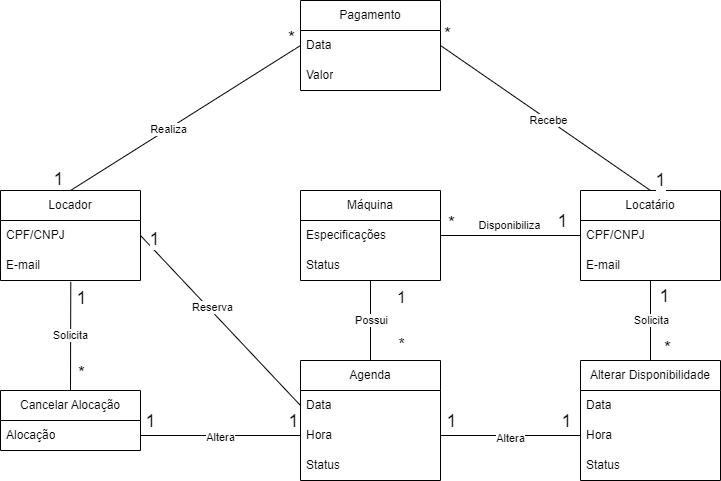
RafaelGMMachado/projetoEngenhariaSoftware keeps this draw.io diagram as image/Diagrama de Dominio/DiagramaDominio.png. Above is the earlier version. Source tidied: cells renumbered, new cells last; positions are measured from the earlier drawing's top-left corner, leaving out a move shared by most shapes.
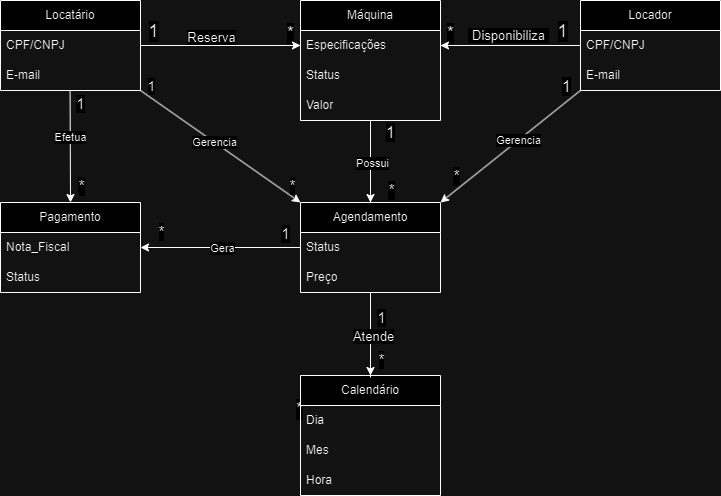
Later version of the same file.

The edit, as a diff of the source:
```diff
@@ -4,3 +4,3 @@
     <mxCell id="1" parent="0" />
-    <mxCell id="2" value="Locador" style="swimlane;fontStyle=0;horizontal=1;startSize=30;whiteSpace=wrap;html=1;" parent="1" vertex="1">
+    <mxCell id="2" value="Locatário" style="swimlane;fontStyle=0;horizontal=1;startSize=30;whiteSpace=wrap;html=1;" parent="1" vertex="1">
       <mxGeometry y="190" width="140" height="90" as="geometry" />
@@ -13,3 +13,3 @@
     </mxCell>
-    <mxCell id="5" value="Locatário" style="swimlane;fontStyle=0;horizontal=1;startSize=30;whiteSpace=wrap;html=1;" parent="1" vertex="1">
+    <mxCell id="5" value="Locador" style="swimlane;fontStyle=0;horizontal=1;startSize=30;whiteSpace=wrap;html=1;" parent="1" vertex="1">
       <mxGeometry x="580" y="190" width="140" height="90" as="geometry" />
@@ -22,50 +22,11 @@
     </mxCell>
-    <mxCell id="8" value="Alterar Disponibilidade" style="swimlane;fontStyle=0;horizontal=1;startSize=30;whiteSpace=wrap;html=1;" parent="1" vertex="1">
-      <mxGeometry x="580" y="360" width="140" height="120" as="geometry" />
-    </mxCell>
-    <mxCell id="9" value="Data" style="text;strokeColor=none;fillColor=none;align=left;verticalAlign=middle;spacingLeft=4;spacingRight=4;overflow=hidden;whiteSpace=wrap;html=1;" parent="8" vertex="1">
-      <mxGeometry y="30" width="140" height="30" as="geometry" />
-    </mxCell>
-    <mxCell id="10" value="Hora" style="text;strokeColor=none;fillColor=none;align=left;verticalAlign=middle;spacingLeft=4;spacingRight=4;overflow=hidden;points=[[0,0.5],[1,0.5]];portConstraint=eastwest;whiteSpace=wrap;html=1;" parent="8" vertex="1">
-      <mxGeometry y="60" width="140" height="30" as="geometry" />
-    </mxCell>
-    <mxCell id="11" value="Status" style="text;strokeColor=none;fillColor=none;align=left;verticalAlign=middle;spacingLeft=4;spacingRight=4;overflow=hidden;whiteSpace=wrap;html=1;" parent="8" vertex="1">
-      <mxGeometry y="90" width="140" height="30" as="geometry" />
-    </mxCell>
-    <mxCell id="12" value="Cancelar Alocação" style="swimlane;fontStyle=0;horizontal=1;startSize=30;whiteSpace=wrap;html=1;" parent="1" vertex="1">
-      <mxGeometry y="390" width="140" height="60" as="geometry" />
-    </mxCell>
-    <mxCell id="13" value="Alocação" style="text;strokeColor=none;fillColor=none;align=left;verticalAlign=middle;spacingLeft=4;spacingRight=4;overflow=hidden;points=[[0,0.5],[1,0.5]];portConstraint=eastwest;whiteSpace=wrap;html=1;" parent="12" vertex="1">
-      <mxGeometry y="30" width="140" height="30" as="geometry" />
-    </mxCell>
-    <mxCell id="14" style="endArrow=none;html=1;rounded=0;exitX=0.5;exitY=0;exitDx=0;exitDy=0;entryX=0.502;entryY=1.044;entryDx=0;entryDy=0;entryPerimeter=0;" parent="1" edge="1" source="12" target="4">
-      <mxGeometry relative="1" as="geometry" />
-    </mxCell>
-    <mxCell id="15" value="Solicita" style="edgeLabel;html=1;align=center;verticalAlign=middle;" parent="14" vertex="1">
-      <mxGeometry x="0.01" y="1" relative="1" as="geometry" />
-    </mxCell>
-    <mxCell id="16" value="1" style="edgeLabel;html=1;align=center;verticalAlign=middle;fontSize=18;" parent="14" vertex="1">
-      <mxGeometry x="0.73" y="-2" relative="1" as="geometry">
-        <mxPoint x="8" y="1" as="offset" />
-      </mxGeometry>
-    </mxCell>
-    <mxCell id="17" value="*" style="edgeLabel;html=1;align=center;verticalAlign=middle;fontSize=18;" parent="14" vertex="1">
-      <mxGeometry x="-0.66" relative="1" as="geometry">
-        <mxPoint x="10" y="1" as="offset" />
-      </mxGeometry>
-    </mxCell>
-    <mxCell id="18" style="endArrow=none;html=1;rounded=0;exitX=1;exitY=0.5;exitDx=0;exitDy=0;entryX=0;entryY=0.5;entryDx=0;entryDy=0;" parent="1" edge="1" source="3" target="53">
+    <mxCell id="18" style="endArrow=none;html=1;rounded=0;exitX=1;exitY=0.5;exitDx=0;exitDy=0;entryX=0;entryY=0.5;entryDx=0;entryDy=0;" parent="1" edge="1" source="3" target="42">
       <mxGeometry relative="1" as="geometry" />
     </mxCell>
-    <mxCell id="19" value="*" style="edgeLabel;html=1;align=center;verticalAlign=middle;fontSize=18;" parent="18" vertex="1">
-      <mxGeometry y="1" relative="1" as="geometry">
-        <mxPoint x="82" y="49" as="offset" />
-      </mxGeometry>
-    </mxCell>
     <mxCell id="20" value="1" style="edgeLabel;html=1;align=center;verticalAlign=middle;fontSize=18;" parent="18" vertex="1">
       <mxGeometry x="-0.54" y="1" relative="1" as="geometry">
-        <mxPoint x="-24" y="-34" as="offset" />
+        <mxPoint x="-24" y="-14" as="offset" />
       </mxGeometry>
     </mxCell>
-    <mxCell id="21" value="Reserva" style="edgeLabel;html=1;align=center;verticalAlign=middle;" parent="18" vertex="1">
+    <mxCell id="21" value="Reserva" style="edgeLabel;html=1;align=center;verticalAlign=middle;fontSize=13;" parent="18" vertex="1">
       <mxGeometry x="-0.05" relative="1" as="geometry">
@@ -74,2 +35,7 @@
     </mxCell>
+    <mxCell id="60" value="*" style="edgeLabel;html=1;align=center;verticalAlign=middle;fontSize=18;" parent="18" vertex="1">
+      <mxGeometry x="0.82" relative="1" as="geometry">
+        <mxPoint x="4" y="-13" as="offset" />
+      </mxGeometry>
+    </mxCell>
     <mxCell id="22" style="endArrow=none;html=1;rounded=0;exitX=1;exitY=0.5;exitDx=0;exitDy=0;entryX=0;entryY=0.5;entryDx=0;entryDy=0;" parent="1" edge="1" source="42" target="6">
@@ -77,3 +43,3 @@
     </mxCell>
-    <mxCell id="23" value="&amp;nbsp;Disponibiliza&amp;nbsp;" style="edgeLabel;html=1;align=center;verticalAlign=middle;" parent="22" vertex="1">
+    <mxCell id="23" value="&amp;nbsp;Disponibiliza&amp;nbsp;" style="edgeLabel;html=1;align=center;verticalAlign=middle;fontSize=13;" parent="22" vertex="1">
       <mxGeometry x="0.03" y="-1" relative="1" as="geometry">
@@ -92,63 +58,16 @@
     </mxCell>
-    <mxCell id="26" style="endArrow=none;html=1;rounded=0;exitX=0.5;exitY=0;exitDx=0;exitDy=0;" parent="1" edge="1" source="8">
-      <mxGeometry relative="1" as="geometry">
-        <mxPoint x="650" y="280" as="targetPoint" />
-      </mxGeometry>
-    </mxCell>
-    <mxCell id="27" value="Solicita" style="edgeLabel;html=1;align=center;verticalAlign=middle;" parent="26" vertex="1">
-      <mxGeometry x="0.02" relative="1" as="geometry" />
-    </mxCell>
     <mxCell id="28" value="Pagamento" style="swimlane;fontStyle=0;horizontal=1;startSize=30;whiteSpace=wrap;html=1;" parent="1" vertex="1">
-      <mxGeometry x="300" width="140" height="90" as="geometry" />
+      <mxGeometry y="392" width="140" height="90" as="geometry" />
     </mxCell>
-    <mxCell id="29" value="Data" style="text;strokeColor=none;fillColor=none;align=left;verticalAlign=middle;spacingLeft=4;spacingRight=4;overflow=hidden;points=[[0,0.5],[1,0.5]];portConstraint=eastwest;whiteSpace=wrap;html=1;" parent="28" vertex="1">
+    <mxCell id="29" value="Nota_Fiscal" style="text;strokeColor=none;fillColor=none;align=left;verticalAlign=middle;spacingLeft=4;spacingRight=4;overflow=hidden;points=[[0,0.5],[1,0.5]];portConstraint=eastwest;whiteSpace=wrap;html=1;" parent="28" vertex="1">
       <mxGeometry y="30" width="140" height="30" as="geometry" />
     </mxCell>
-    <mxCell id="30" value="Valor" style="text;strokeColor=none;fillColor=none;align=left;verticalAlign=middle;spacingLeft=4;spacingRight=4;overflow=hidden;whiteSpace=wrap;html=1;" parent="28" vertex="1">
+    <mxCell id="30" value="Status" style="text;strokeColor=none;fillColor=none;align=left;verticalAlign=middle;spacingLeft=4;spacingRight=4;overflow=hidden;whiteSpace=wrap;html=1;" parent="28" vertex="1">
       <mxGeometry y="60" width="140" height="30" as="geometry" />
     </mxCell>
-    <mxCell id="31" style="endArrow=none;html=1;rounded=0;exitX=0.5;exitY=0;exitDx=0;exitDy=0;entryX=0;entryY=0.5;entryDx=0;entryDy=0;" parent="1" edge="1" source="2" target="29">
-      <mxGeometry relative="1" as="geometry" />
-    </mxCell>
-    <mxCell id="32" value="Realiza" style="edgeLabel;html=1;align=center;verticalAlign=middle;" parent="31" vertex="1">
-      <mxGeometry x="-0.15" relative="1" as="geometry" />
-    </mxCell>
-    <mxCell id="33" value="*" style="edgeLabel;html=1;align=center;verticalAlign=middle;fontSize=18;" parent="31" vertex="1">
-      <mxGeometry x="0.87" y="-1" relative="1" as="geometry">
-        <mxPoint x="5" y="-18" as="offset" />
-      </mxGeometry>
-    </mxCell>
-    <mxCell id="34" value="1" style="edgeLabel;html=1;align=center;verticalAlign=middle;fontSize=18;" parent="31" vertex="1">
-      <mxGeometry x="-0.78" relative="1" as="geometry">
-        <mxPoint x="-37" y="4" as="offset" />
-      </mxGeometry>
-    </mxCell>
-    <mxCell id="35" style="endArrow=none;html=1;rounded=0;entryX=1;entryY=0.5;entryDx=0;entryDy=0;exitX=0.5;exitY=0;exitDx=0;exitDy=0;" parent="1" edge="1" source="5" target="29">
-      <mxGeometry relative="1" as="geometry" />
-    </mxCell>
-    <mxCell id="36" value="Recebe" style="edgeLabel;html=1;align=center;verticalAlign=middle;" parent="35" vertex="1">
-      <mxGeometry x="-0.03" y="1" relative="1" as="geometry">
-        <mxPoint y="-1" as="offset" />
-      </mxGeometry>
-    </mxCell>
-    <mxCell id="37" value="*" style="edgeLabel;html=1;align=center;verticalAlign=middle;fontSize=18;" parent="35" vertex="1">
-      <mxGeometry x="0.83" y="-2" relative="1" as="geometry">
-        <mxPoint x="-13" y="-22" as="offset" />
-      </mxGeometry>
-    </mxCell>
-    <mxCell id="38" value="1" style="edgeLabel;html=1;align=center;verticalAlign=middle;fontSize=18;" parent="35" vertex="1">
-      <mxGeometry x="-0.64" y="-3" relative="1" as="geometry">
-        <mxPoint x="46" y="18" as="offset" />
-      </mxGeometry>
-    </mxCell>
-    <mxCell id="39" value="1" style="edgeLabel;html=1;align=center;verticalAlign=middle;fontSize=18;" parent="1" vertex="1">
-      <mxGeometry x="420" y="318" as="geometry">
-        <mxPoint x="244" y="-22" as="offset" />
-      </mxGeometry>
-    </mxCell>
-    <mxCell id="40" value="*" style="edgeLabel;html=1;align=center;verticalAlign=middle;fontSize=18;" parent="1" vertex="1">
-      <mxGeometry x="667" y="348" as="geometry" />
-    </mxCell>
+    <mxCell id="61" style="edgeStyle=orthogonalEdgeStyle;rounded=0;jettySize=auto;html=1;exitX=0.5;exitY=1;exitDx=0;exitDy=0;entryX=0.5;entryY=0;entryDx=0;entryDy=0;" parent="1" edge="1" source="41" target="52">
+      <mxGeometry relative="1" as="geometry" />
+    </mxCell>
     <mxCell id="41" value="Máquina" style="swimlane;fontStyle=0;horizontal=1;startSize=30;whiteSpace=wrap;html=1;" parent="1" vertex="1">
-      <mxGeometry x="300" y="190" width="140" height="90" as="geometry" />
+      <mxGeometry x="300" y="190" width="140" height="120" as="geometry" />
     </mxCell>
@@ -160,59 +79,22 @@
     </mxCell>
-    <mxCell id="44" style="endArrow=none;html=1;rounded=0;exitX=1;exitY=0.5;exitDx=0;exitDy=0;entryX=0;entryY=0.5;entryDx=0;entryDy=0;" parent="1" edge="1" source="13" target="54">
-      <mxGeometry relative="1" as="geometry" />
-    </mxCell>
-    <mxCell id="45" value="Altera" style="edgeLabel;html=1;align=center;verticalAlign=middle;" parent="44" vertex="1">
-      <mxGeometry x="0.06" y="-1" relative="1" as="geometry">
-        <mxPoint x="-6" as="offset" />
-      </mxGeometry>
-    </mxCell>
-    <mxCell id="46" value="1" style="edgeLabel;html=1;align=center;verticalAlign=middle;fontSize=18;" parent="44" vertex="1">
-      <mxGeometry x="0.83" y="1" relative="1" as="geometry">
-        <mxPoint x="5" y="-14" as="offset" />
-      </mxGeometry>
-    </mxCell>
-    <mxCell id="47" value="1" style="edgeLabel;html=1;align=center;verticalAlign=middle;fontSize=18;" parent="44" vertex="1">
-      <mxGeometry x="-0.81" relative="1" as="geometry">
-        <mxPoint x="-6" y="-15" as="offset" />
-      </mxGeometry>
-    </mxCell>
-    <mxCell id="48" style="endArrow=none;html=1;rounded=0;exitX=0;exitY=0.5;exitDx=0;exitDy=0;entryX=1;entryY=0.5;entryDx=0;entryDy=0;" parent="1" edge="1" source="10" target="54">
-      <mxGeometry relative="1" as="geometry" />
-    </mxCell>
-    <mxCell id="49" value="Altera" style="edgeLabel;html=1;align=center;verticalAlign=middle;" parent="48" vertex="1">
-      <mxGeometry x="0.01" y="2" relative="1" as="geometry" />
-    </mxCell>
-    <mxCell id="50" value="1" style="edgeLabel;html=1;align=center;verticalAlign=middle;fontSize=18;" parent="48" vertex="1">
-      <mxGeometry x="0.86" y="-1" relative="1" as="geometry">
-        <mxPoint y="-14" as="offset" />
-      </mxGeometry>
-    </mxCell>
-    <mxCell id="51" value="1" style="edgeLabel;html=1;align=center;verticalAlign=middle;fontSize=18;" parent="48" vertex="1">
-      <mxGeometry x="-0.7" y="-2" relative="1" as="geometry">
-        <mxPoint x="6" y="-13" as="offset" />
-      </mxGeometry>
-    </mxCell>
+    <mxCell id="62" value="Valor" style="text;strokeColor=none;fillColor=none;align=left;verticalAlign=middle;spacingLeft=4;spacingRight=4;overflow=hidden;whiteSpace=wrap;html=1;" parent="41" vertex="1">
+      <mxGeometry y="90" width="140" height="30" as="geometry" />
+    </mxCell>
-    <mxCell id="52" value="Agenda" style="swimlane;fontStyle=0;horizontal=1;startSize=30;whiteSpace=wrap;html=1;" parent="1" vertex="1">
-      <mxGeometry x="300" y="360" width="140" height="120" as="geometry" />
+    <mxCell id="52" value="Agendamento" style="swimlane;fontStyle=0;horizontal=1;startSize=30;whiteSpace=wrap;html=1;" parent="1" vertex="1">
+      <mxGeometry x="300" y="392" width="140" height="90" as="geometry" />
     </mxCell>
-    <mxCell id="53" value="Data" style="text;strokeColor=none;fillColor=none;align=left;verticalAlign=middle;spacingLeft=4;spacingRight=4;overflow=hidden;points=[[0,0.5],[1,0.5]];portConstraint=eastwest;whiteSpace=wrap;html=1;" parent="52" vertex="1">
+    <mxCell id="53" value="Status" style="text;strokeColor=none;fillColor=none;align=left;verticalAlign=middle;spacingLeft=4;spacingRight=4;overflow=hidden;points=[[0,0.5],[1,0.5]];portConstraint=eastwest;whiteSpace=wrap;html=1;" parent="52" vertex="1">
       <mxGeometry y="30" width="140" height="30" as="geometry" />
     </mxCell>
-    <mxCell id="54" value="Hora" style="text;strokeColor=none;fillColor=none;align=left;verticalAlign=middle;spacingLeft=4;spacingRight=4;overflow=hidden;points=[[0,0.5],[1,0.5]];portConstraint=eastwest;whiteSpace=wrap;html=1;" parent="52" vertex="1">
-      <mxGeometry y="60" width="140" height="30" as="geometry" />
-    </mxCell>
-    <mxCell id="55" value="Status" style="text;strokeColor=none;fillColor=none;align=left;verticalAlign=middle;spacingLeft=4;spacingRight=4;overflow=hidden;whiteSpace=wrap;html=1;" parent="52" vertex="1">
-      <mxGeometry y="90" width="140" height="30" as="geometry" />
-    </mxCell>
+    <mxCell id="63" value="Preço" style="text;strokeColor=none;fillColor=none;align=left;verticalAlign=middle;spacingLeft=4;spacingRight=4;overflow=hidden;whiteSpace=wrap;html=1;" parent="52" vertex="1">
+      <mxGeometry y="60" width="140" height="30" as="geometry" />
+    </mxCell>
     <mxCell id="56" style="endArrow=none;html=1;rounded=0;exitX=0.5;exitY=0;exitDx=0;exitDy=0;" parent="1" edge="1" source="52">
       <mxGeometry relative="1" as="geometry">
-        <mxPoint x="370" y="280" as="targetPoint" />
+        <mxPoint x="370" y="330" as="targetPoint" />
       </mxGeometry>
     </mxCell>
-    <mxCell id="57" value="Possui" style="edgeLabel;html=1;align=center;verticalAlign=middle;" parent="56" vertex="1">
-      <mxGeometry x="0.03" relative="1" as="geometry" />
-    </mxCell>
     <mxCell id="58" value="1" style="edgeLabel;html=1;align=center;verticalAlign=middle;fontSize=16;" parent="56" vertex="1">
       <mxGeometry x="0.73" relative="1" as="geometry">
-        <mxPoint x="30" y="5" as="offset" />
+        <mxPoint x="19" y="-16" as="offset" />
       </mxGeometry>
@@ -221,5 +103,121 @@
       <mxGeometry x="-0.57" y="-2" relative="1" as="geometry">
-        <mxPoint x="28" as="offset" />
+        <mxPoint x="18" as="offset" />
       </mxGeometry>
     </mxCell>
+    <mxCell id="57" value="Possui" style="edgeLabel;html=1;align=center;verticalAlign=middle;" parent="56" vertex="1">
+      <mxGeometry x="0.28" y="-1" relative="1" as="geometry" />
+    </mxCell>
+    <mxCell id="64" value="*" style="edgeLabel;html=1;align=center;verticalAlign=middle;fontSize=18;" parent="1" vertex="1">
+      <mxGeometry x="297.9" y="598.5" as="geometry" />
+    </mxCell>
+    <mxCell id="65" value="Calendário" style="swimlane;fontStyle=0;horizontal=1;startSize=30;whiteSpace=wrap;html=1;" parent="1" vertex="1">
+      <mxGeometry x="300" y="565" width="140" height="120" as="geometry" />
+    </mxCell>
+    <mxCell id="66" value="Dia" style="text;strokeColor=none;fillColor=none;align=left;verticalAlign=middle;spacingLeft=4;spacingRight=4;overflow=hidden;whiteSpace=wrap;html=1;" parent="65" vertex="1">
+      <mxGeometry y="30" width="140" height="30" as="geometry" />
+    </mxCell>
+    <mxCell id="67" value="Mes" style="text;strokeColor=none;fillColor=none;align=left;verticalAlign=middle;spacingLeft=4;spacingRight=4;overflow=hidden;whiteSpace=wrap;html=1;" parent="65" vertex="1">
+      <mxGeometry y="60" width="140" height="30" as="geometry" />
+    </mxCell>
+    <mxCell id="68" value="Hora" style="text;strokeColor=none;fillColor=none;align=left;verticalAlign=middle;spacingLeft=4;spacingRight=4;overflow=hidden;whiteSpace=wrap;html=1;" parent="65" vertex="1">
+      <mxGeometry y="90" width="140" height="30" as="geometry" />
+    </mxCell>
+    <mxCell id="69" style="endArrow=none;html=1;rounded=0;exitX=0.5;exitY=0;exitDx=0;exitDy=0;" parent="1" edge="1">
+      <mxGeometry relative="1" as="geometry">
+        <mxPoint x="370" y="567" as="sourcePoint" />
+        <mxPoint x="370" y="482" as="targetPoint" />
+      </mxGeometry>
+    </mxCell>
+    <mxCell id="70" value="Atende" style="edgeLabel;html=1;align=center;verticalAlign=middle;fontSize=13;" parent="69" vertex="1">
+      <mxGeometry x="-0.02" y="-2" relative="1" as="geometry" />
+    </mxCell>
+    <mxCell id="71" value="1" style="edgeLabel;html=1;align=center;verticalAlign=middle;fontSize=15;" parent="69" vertex="1">
+      <mxGeometry x="0.76" y="1" relative="1" as="geometry">
+        <mxPoint x="11" y="14" as="offset" />
+      </mxGeometry>
+    </mxCell>
+    <mxCell id="72" style="edgeStyle=orthogonalEdgeStyle;rounded=0;jettySize=auto;html=1;exitX=0;exitY=0.5;exitDx=0;exitDy=0;entryX=1;entryY=0.5;entryDx=0;entryDy=0;" parent="1" edge="1" source="53" target="29">
+      <mxGeometry relative="1" as="geometry" />
+    </mxCell>
+    <mxCell id="73" value="Gera" style="edgeLabel;html=1;align=center;verticalAlign=middle;" parent="72" vertex="1">
+      <mxGeometry x="-0.01" y="3" relative="1" as="geometry">
+        <mxPoint y="-3" as="offset" />
+      </mxGeometry>
+    </mxCell>
+    <mxCell id="74" value="*" style="edgeLabel;html=1;align=center;verticalAlign=middle;fontSize=15;" parent="72" vertex="1">
+      <mxGeometry x="0.75" y="-1" relative="1" as="geometry">
+        <mxPoint y="-16" as="offset" />
+      </mxGeometry>
+    </mxCell>
+    <mxCell id="75" value="1" style="edgeLabel;html=1;align=center;verticalAlign=middle;fontSize=15;" parent="72" vertex="1">
+      <mxGeometry x="-0.81" y="-2" relative="1" as="geometry">
+        <mxPoint y="-13" as="offset" />
+      </mxGeometry>
+    </mxCell>
+    <mxCell id="76" style="endArrow=classic;html=1;rounded=0;exitX=0.497;exitY=0.993;exitDx=0;exitDy=0;exitPerimeter=0;entryX=0.5;entryY=0;entryDx=0;entryDy=0;" parent="1" edge="1" source="4" target="28">
+      <mxGeometry relative="1" as="geometry" />
+    </mxCell>
+    <mxCell id="77" value="Efetua" style="edgeLabel;html=1;align=center;verticalAlign=middle;" parent="76" vertex="1">
+      <mxGeometry x="-0.16" relative="1" as="geometry" />
+    </mxCell>
+    <mxCell id="78" value="1" style="edgeLabel;html=1;align=center;verticalAlign=middle;fontSize=15;" parent="76" vertex="1">
+      <mxGeometry x="-0.77" y="1" relative="1" as="geometry">
+        <mxPoint x="9" as="offset" />
+      </mxGeometry>
+    </mxCell>
+    <mxCell id="79" value="*" style="edgeLabel;html=1;align=center;verticalAlign=middle;fontSize=16;" parent="76" vertex="1">
+      <mxGeometry x="0.71" y="1" relative="1" as="geometry">
+        <mxPoint x="9" as="offset" />
+      </mxGeometry>
+    </mxCell>
+    <mxCell id="80" style="edgeStyle=orthogonalEdgeStyle;rounded=0;jettySize=auto;html=1;exitX=1;exitY=0.5;exitDx=0;exitDy=0;entryX=0;entryY=0.5;entryDx=0;entryDy=0;" parent="1" edge="1" source="3" target="42">
+      <mxGeometry relative="1" as="geometry" />
+    </mxCell>
+    <mxCell id="81" style="edgeStyle=orthogonalEdgeStyle;rounded=0;jettySize=auto;html=1;exitX=0;exitY=0.5;exitDx=0;exitDy=0;entryX=1;entryY=0.5;entryDx=0;entryDy=0;" parent="1" edge="1" source="6" target="42">
+      <mxGeometry relative="1" as="geometry" />
+    </mxCell>
+    <mxCell id="82" style="endArrow=classic;html=1;rounded=0;entryX=0.5;entryY=0;entryDx=0;entryDy=0;" parent="1" edge="1" target="65">
+      <mxGeometry relative="1" as="geometry">
+        <mxPoint x="370" y="543" as="sourcePoint" />
+      </mxGeometry>
+    </mxCell>
+    <mxCell id="83" value="*" style="edgeLabel;html=1;align=center;verticalAlign=middle;fontSize=15;" parent="82" vertex="1">
+      <mxGeometry x="-0.31" relative="1" as="geometry">
+        <mxPoint x="10" y="-2" as="offset" />
+      </mxGeometry>
+    </mxCell>
+    <mxCell id="84" style="endArrow=classic;html=1;rounded=0;entryX=0;entryY=0;entryDx=0;entryDy=0;" parent="1" edge="1" target="52">
+      <mxGeometry relative="1" as="geometry">
+        <mxPoint x="140" y="280" as="sourcePoint" />
+      </mxGeometry>
+    </mxCell>
+    <mxCell id="85" value="1" style="edgeLabel;html=1;align=center;verticalAlign=middle;fontSize=14;" parent="84" vertex="1">
+      <mxGeometry x="-0.91" y="-1" relative="1" as="geometry">
+        <mxPoint x="4" y="-10" as="offset" />
+      </mxGeometry>
+    </mxCell>
+    <mxCell id="86" value="*" style="edgeLabel;html=1;align=center;verticalAlign=middle;fontSize=15;" parent="84" vertex="1">
+      <mxGeometry x="0.86" relative="1" as="geometry">
+        <mxPoint x="2" y="-10" as="offset" />
+      </mxGeometry>
+    </mxCell>
+    <mxCell id="87" value="Gerencia" style="edgeLabel;html=1;align=center;verticalAlign=middle;" parent="84" vertex="1">
+      <mxGeometry x="-0.08" relative="1" as="geometry" />
+    </mxCell>
+    <mxCell id="88" style="endArrow=classic;html=1;rounded=0;exitX=0.001;exitY=0.995;exitDx=0;exitDy=0;exitPerimeter=0;entryX=1;entryY=0;entryDx=0;entryDy=0;" parent="1" edge="1" source="7" target="52">
+      <mxGeometry relative="1" as="geometry" />
+    </mxCell>
+    <mxCell id="89" value="Gerencia" style="edgeLabel;html=1;align=center;verticalAlign=middle;" parent="88" vertex="1">
+      <mxGeometry x="-0.11" y="-1" relative="1" as="geometry" />
+    </mxCell>
+    <mxCell id="90" value="1" style="edgeLabel;html=1;align=center;verticalAlign=middle;fontSize=16;" parent="88" vertex="1">
+      <mxGeometry x="-0.81" y="1" relative="1" as="geometry">
+        <mxPoint x="-2" y="-16" as="offset" />
+      </mxGeometry>
+    </mxCell>
+    <mxCell id="91" value="*" style="edgeLabel;html=1;align=center;verticalAlign=middle;fontSize=16;" parent="88" vertex="1">
+      <mxGeometry x="0.69" y="2" relative="1" as="geometry">
+        <mxPoint x="-7" y="-11" as="offset" />
+      </mxGeometry>
+    </mxCell>
   </root>
```
